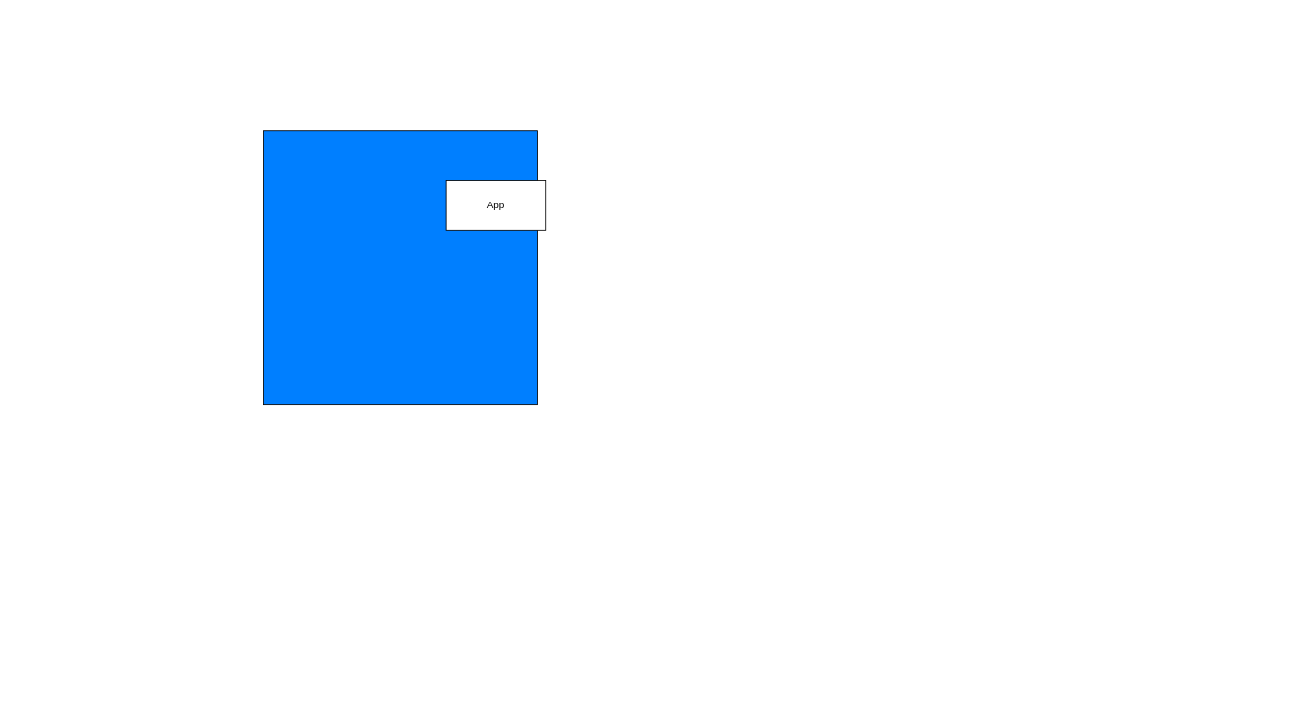
This is Untitled Diagram.drawio from phil-curran/phil-curran, a draw.io file, before an edit. Source tidied: cells renumbered, new cells numbered last; positions are measured from the earlier drawing's top-left corner, leaving out a move shared by most shapes. Both pictures are drawn from the tidied source at 83%, with x=0, y=0 at pixel (263, 130).
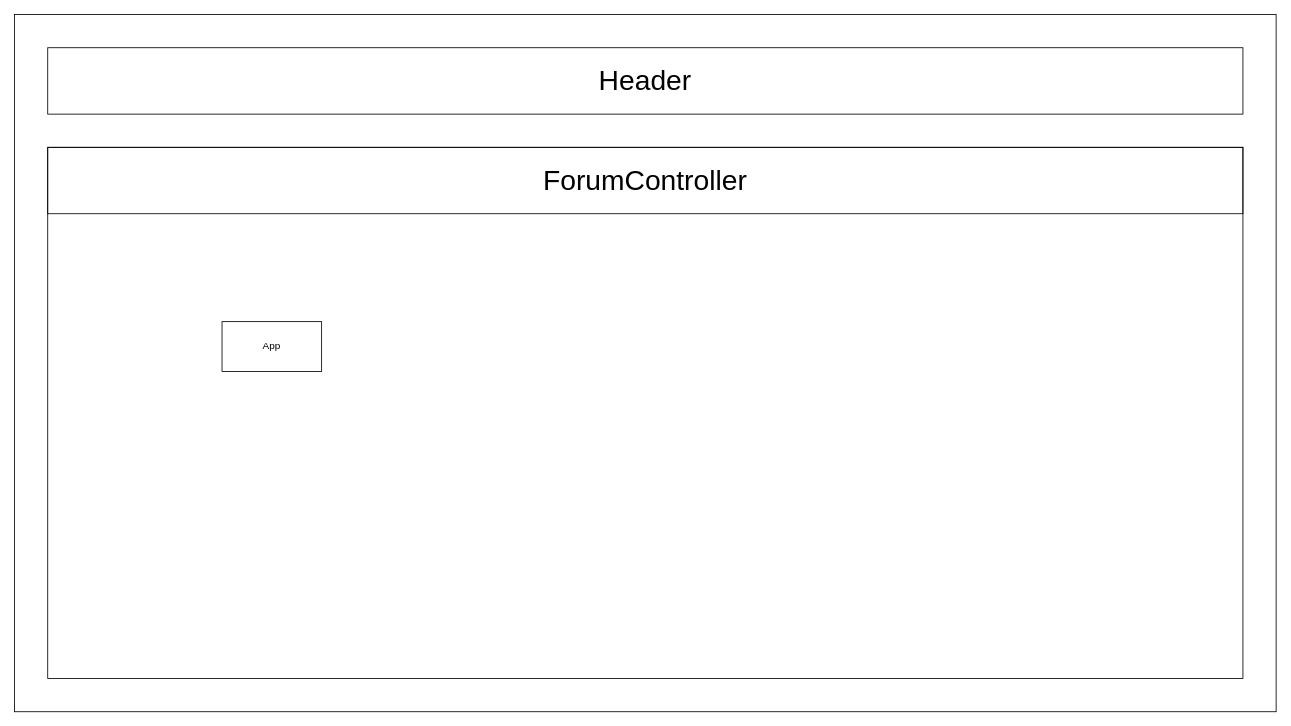
The same page after the edit.

Commit message:
Craigslist CLone

The edit, as a diff of the source:
```diff
@@
 <mxGraphModel>
   <root>
     <mxCell id="0" />
     <mxCell id="1" parent="0" />
-    <mxCell id="2" style="whiteSpace=wrap;html=1;fillColor=#007FFF;" parent="1" vertex="1">
-      <mxGeometry width="330" height="330" as="geometry" />
+    <mxCell id="2" style="whiteSpace=wrap;html=1;fillColor=none;" parent="1" vertex="1">
+      <mxGeometry x="-300" y="-140" width="1520" height="840" as="geometry" />
     </mxCell>
     <mxCell id="3" value="App" style="rounded=0;whiteSpace=wrap;html=1;" parent="1" vertex="1">
-      <mxGeometry x="220" y="60" width="120" height="60" as="geometry" />
+      <mxGeometry x="-50" y="230" width="120" height="60" as="geometry" />
     </mxCell>
+    <mxCell id="4" value="&lt;font style=&quot;font-size: 34px;&quot;&gt;Header&lt;/font&gt;" style="whiteSpace=wrap;html=1;fillColor=none;" parent="1" vertex="1">
+      <mxGeometry x="-260" y="-100" width="1440" height="80" as="geometry" />
+    </mxCell>
+    <mxCell id="5" value="&lt;font style=&quot;font-size: 34px;&quot;&gt;ForumController&lt;br&gt;&lt;/font&gt;" style="whiteSpace=wrap;html=1;fillColor=none;" parent="1" vertex="1">
+      <mxGeometry x="-260" y="20" width="1440" height="80" as="geometry" />
+    </mxCell>
+    <mxCell id="6" value="&lt;font style=&quot;font-size: 34px;&quot;&gt;&lt;br&gt;&lt;/font&gt;" style="whiteSpace=wrap;html=1;fillColor=none;" parent="1" vertex="1">
+      <mxGeometry x="-260" y="20" width="1440" height="640" as="geometry" />
+    </mxCell>
   </root>
 </mxGraphModel>
```
